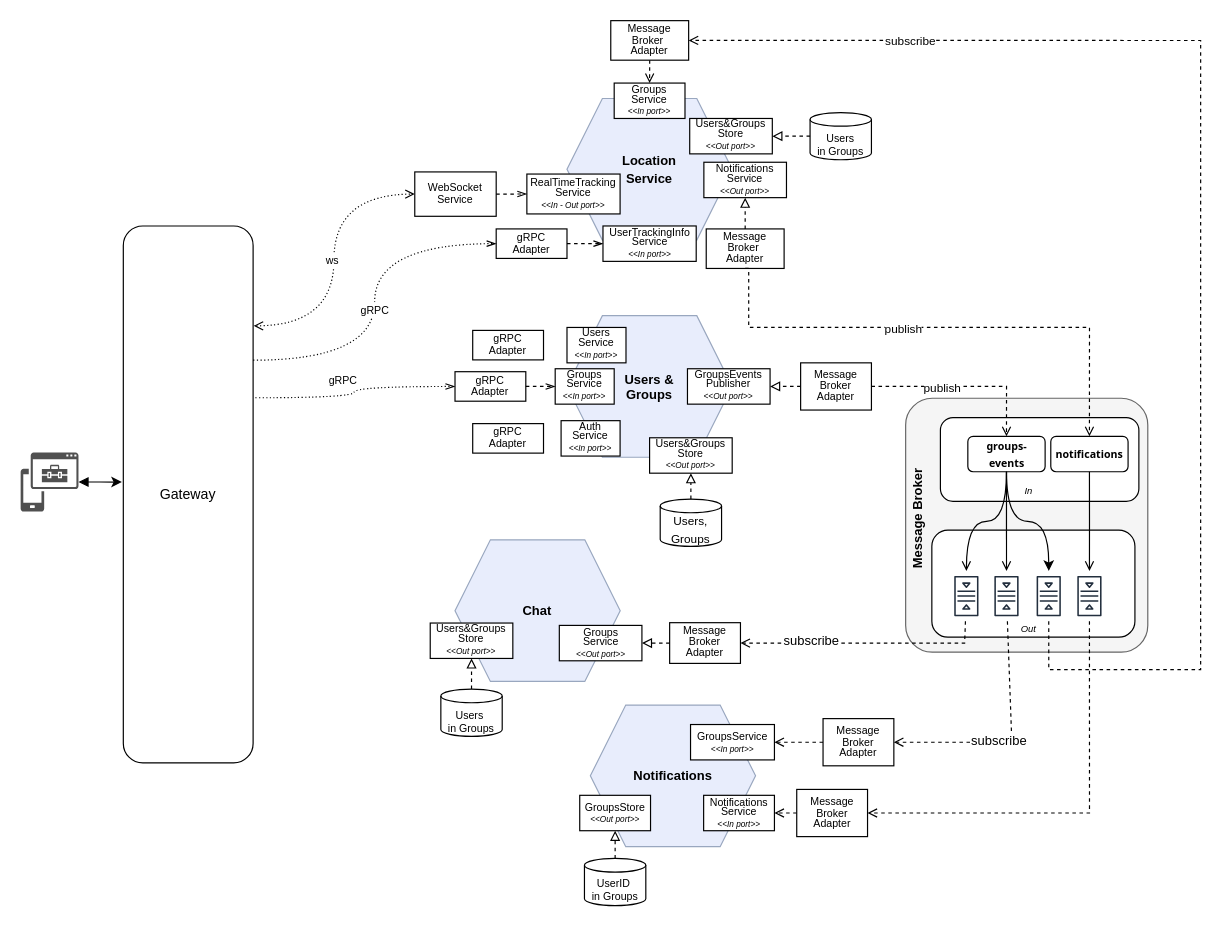
Before: page "NEW ARCHITECTURE" (1 of 7) of content/schemas/architecture.drawio in position-pal/Documentation, a draw.io diagram. Source tidied: cells renumbered, new cells numbered last; positions are measured from the earlier drawing's top-left corner, leaving out a move shared by most shapes. Both pictures are drawn from the tidied source at 118%, with x=0, y=0 at pixel (20, 20).
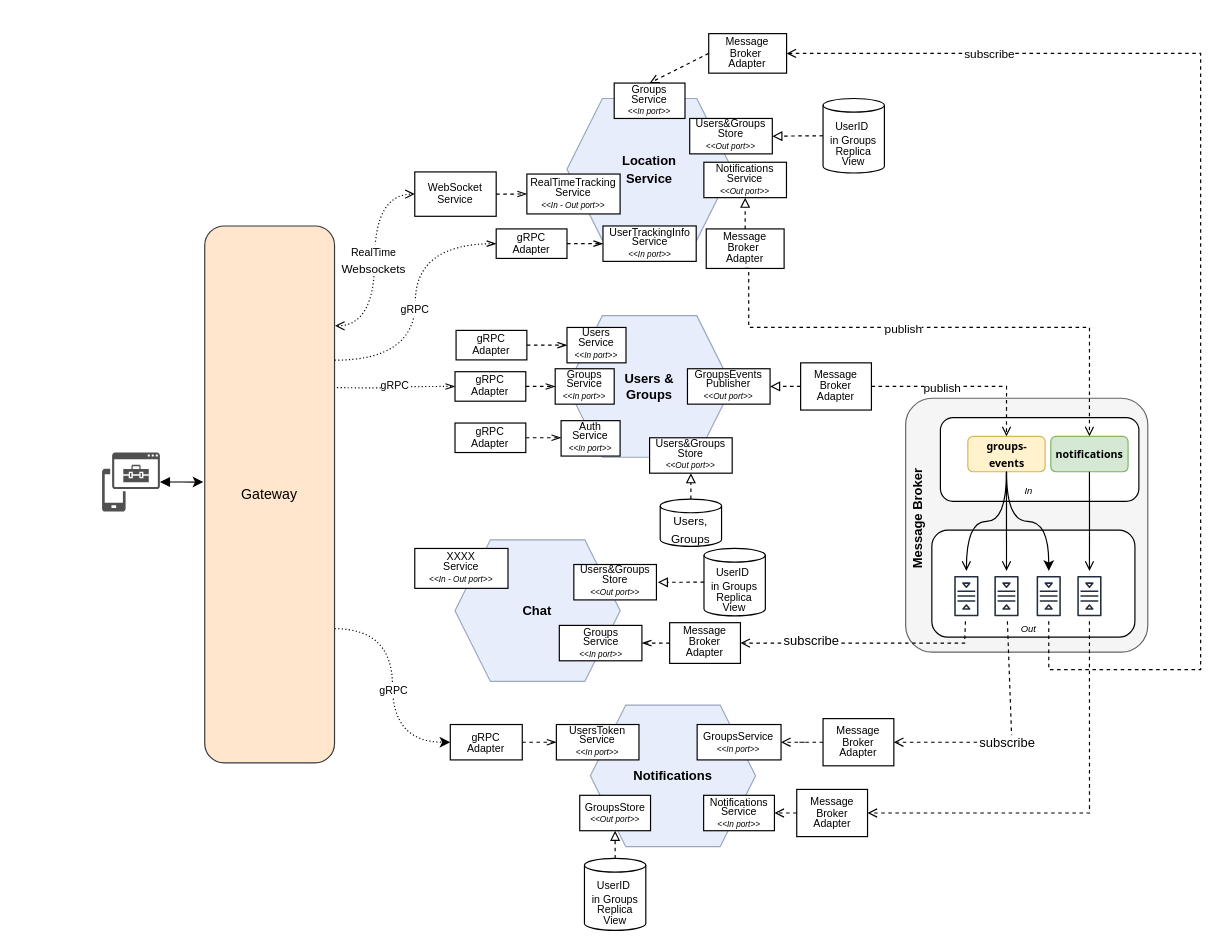
The same page after the edit.

The change refers to these unchanged cells:
```xml
<mxCell id="4" style="edgeStyle=orthogonalEdgeStyle;rounded=0;jettySize=auto;html=1;exitX=1.004;exitY=0.186;exitDx=0;exitDy=0;entryX=0;entryY=0.5;entryDx=0;entryDy=0;dashed=1;endArrow=open;endFill=0;curved=1;dashPattern=1 2;startArrow=open;startFill=0;exitPerimeter=0;" parent="1" edge="1" source="6" target="24">
  <mxGeometry relative="1" as="geometry" />
</mxCell>
<mxCell id="26" value="&lt;div style=&quot;line-height: 110%; font-size: 9px;&quot;&gt;gRPC&lt;/div&gt;&lt;div style=&quot;line-height: 110%; font-size: 9px;&quot;&gt;Adapter&lt;/div&gt;" style="rounded=0;whiteSpace=wrap;html=1;align=center;" parent="1" vertex="1">
  <mxGeometry x="368.1" y="297.5" width="60" height="25" as="geometry" />
</mxCell>
<mxCell id="33" value="&lt;div style=&quot;line-height: 110%; font-size: 9px;&quot;&gt;Message&lt;/div&gt;&lt;div style=&quot;line-height: 110%; font-size: 9px;&quot;&gt;Broker&lt;/div&gt;&lt;div style=&quot;line-height: 110%; font-size: 9px;&quot;&gt;Adapter&lt;/div&gt;" style="rounded=0;whiteSpace=wrap;html=1;align=center;" parent="1" vertex="1">
  <mxGeometry x="550" y="510.2" width="60" height="34.5" as="geometry" />
</mxCell>
<mxCell id="45" value="&lt;div style=&quot;line-height: 90%; font-size: 9px;&quot;&gt;Groups&lt;/div&gt;&lt;div style=&quot;line-height: 90%; font-size: 9px;&quot;&gt;Service&lt;/div&gt;&lt;div style=&quot;line-height: 90%; font-size: 9px;&quot;&gt;&lt;i style=&quot;background-color: initial; font-size: 12px;&quot;&gt;&lt;font style=&quot;font-size: 7px;&quot;&gt;&amp;lt;&amp;lt;In port&amp;gt;&amp;gt;&lt;/font&gt;&lt;/i&gt;&lt;/div&gt;" style="rounded=0;whiteSpace=wrap;html=1;align=center;" parent="1" vertex="1">
  <mxGeometry x="503" y="52.9" width="60" height="30" as="geometry" />
</mxCell>
<mxCell id="49" style="group;" parent="48" vertex="1">
  <mxGeometry x="40" y="95.2" width="205.2" height="215.2" as="geometry" />
</mxCell>
<mxCell id="63" style="sketch=0;outlineConnect=0;fontColor=#232F3E;gradientColor=none;strokeColor=#232F3E;fillColor=#ffffff;dashed=0;verticalLabelPosition=bottom;verticalAlign=top;align=center;html=1;fontSize=12;fontStyle=0;shape=mxgraph.aws4.resourceIcon;resIcon=mxgraph.aws4.queue;rotation=-90;" parent="49" vertex="1">
  <mxGeometry x="99.9" y="146.3" width="42.7" height="42.7" as="geometry" />
</mxCell>
<mxCell id="79" value="&lt;div style=&quot;line-height: 90%; font-size: 9px;&quot;&gt;&lt;span style=&quot;background-color: initial;&quot;&gt;Auth&lt;/span&gt;&lt;/div&gt;&lt;div style=&quot;line-height: 90%; font-size: 9px;&quot;&gt;&lt;span style=&quot;background-color: initial;&quot;&gt;Service&lt;/span&gt;&lt;/div&gt;&lt;div style=&quot;line-height: 90%;&quot;&gt;&lt;i style=&quot;&quot;&gt;&lt;font style=&quot;font-size: 7px;&quot;&gt;&amp;lt;&amp;lt;In port&amp;gt;&amp;gt;&lt;/font&gt;&lt;/i&gt;&lt;/div&gt;" style="rounded=0;whiteSpace=wrap;html=1;align=center;" parent="1" vertex="1">
  <mxGeometry x="458" y="339" width="50" height="30" as="geometry" />
</mxCell>
<mxCell id="80" value="&lt;div style=&quot;line-height: 90%; font-size: 9px;&quot;&gt;&lt;span style=&quot;background-color: initial;&quot;&gt;Users&lt;/span&gt;&lt;/div&gt;&lt;div style=&quot;line-height: 90%; font-size: 9px;&quot;&gt;&lt;span style=&quot;background-color: initial;&quot;&gt;Service&lt;/span&gt;&lt;/div&gt;&lt;div style=&quot;line-height: 90%;&quot;&gt;&lt;i style=&quot;&quot;&gt;&lt;font style=&quot;font-size: 7px;&quot;&gt;&amp;lt;&amp;lt;In port&amp;gt;&amp;gt;&lt;/font&gt;&lt;/i&gt;&lt;/div&gt;" style="rounded=0;whiteSpace=wrap;html=1;align=center;" parent="1" vertex="1">
  <mxGeometry x="463" y="260" width="50" height="30" as="geometry" />
</mxCell>
<mxCell id="85" style="edgeStyle=orthogonalEdgeStyle;rounded=0;jettySize=auto;html=1;entryX=1;entryY=0.5;entryDx=0;entryDy=0;dashed=1;endArrow=open;endFill=0;" parent="1" edge="1" source="54" target="84">
  <mxGeometry relative="1" as="geometry">
    <Array as="points">
      <mxPoint x="840" y="611" />
    </Array>
  </mxGeometry>
</mxCell>
```

The edit, as a diff of the source:
```diff
@@
-    <mxCell id="2" style="rounded=0;jettySize=auto;html=1;entryX=0;entryY=0.5;entryDx=0;entryDy=0;exitX=1.017;exitY=0.32;exitDx=0;exitDy=0;exitPerimeter=0;dashed=1;dashPattern=1 2;endArrow=openThin;endFill=0;edgeStyle=orthogonalEdgeStyle;curved=1;" parent="1" edge="1" source="6" target="26">
-      <mxGeometry relative="1" as="geometry" />
+    <mxCell id="2" style="rounded=0;jettySize=auto;html=1;entryX=0;entryY=0.5;entryDx=0;entryDy=0;dashed=1;dashPattern=1 2;endArrow=openThin;endFill=0;edgeStyle=orthogonalEdgeStyle;curved=1;" parent="1" edge="1" target="26">
+      <mxGeometry relative="1" as="geometry">
+        <mxPoint x="268" y="311" as="sourcePoint" />
+      </mxGeometry>
     </mxCell>
     <mxCell id="3" value="&lt;font style=&quot;font-size: 9px;&quot;&gt;gRPC&lt;/font&gt;" style="edgeLabel;html=1;align=center;verticalAlign=middle;" parent="2" vertex="1">
       <mxGeometry x="-0.17" y="-3" relative="1" as="geometry">
-        <mxPoint y="-19" as="offset" />
+        <mxPoint x="7" y="-6" as="offset" />
       </mxGeometry>
     </mxCell>
@@
-    <mxCell id="5" value="&lt;font style=&quot;font-size: 9px;&quot;&gt;ws&lt;/font&gt;" style="edgeLabel;html=1;align=center;verticalAlign=middle;" parent="4" vertex="1">
+    <mxCell id="5" value="&lt;font style=&quot;font-size: 9px;&quot;&gt;RealTime&lt;/font&gt;&lt;div&gt;&lt;font size=&quot;1&quot;&gt;Websockets&lt;/font&gt;&lt;/div&gt;" style="edgeLabel;html=1;align=center;verticalAlign=middle;" parent="4" vertex="1">
       <mxGeometry y="2" relative="1" as="geometry" />
     </mxCell>
+    <mxCell id="89" style="edgeStyle=orthogonalEdgeStyle;rounded=0;jettySize=auto;html=1;exitX=1;exitY=0.75;exitDx=0;exitDy=0;entryX=0;entryY=0.5;entryDx=0;entryDy=0;dashed=1;dashPattern=1 2;curved=1;" parent="1" edge="1" source="6" target="96">
+      <mxGeometry relative="1" as="geometry" />
+    </mxCell>
+    <mxCell id="90" value="&lt;font style=&quot;font-size: 9px;&quot;&gt;gRPC&lt;/font&gt;" style="edgeLabel;html=1;align=center;verticalAlign=middle;" parent="89" vertex="1">
+      <mxGeometry x="0.03" relative="1" as="geometry" />
+    </mxCell>
-    <mxCell id="6" value="Gateway" style="rounded=1;whiteSpace=wrap;html=1;" parent="1" vertex="1">
-      <mxGeometry x="87" y="174" width="110" height="455" as="geometry" />
+    <mxCell id="6" value="Gateway" style="rounded=1;whiteSpace=wrap;html=1;fillColor=#FFE6CC;strokeColor=#36393d;" parent="1" vertex="1">
+      <mxGeometry x="156" y="174" width="110" height="455" as="geometry" />
     </mxCell>
@@
-    <mxCell id="15" value="&lt;font style=&quot;font-size: 9px;&quot;&gt;UserID&amp;nbsp;&lt;/font&gt;&lt;div style=&quot;line-height: 70%;&quot;&gt;&lt;font style=&quot;font-size: 9px;&quot;&gt;in&amp;nbsp;&lt;/font&gt;&lt;span style=&quot;font-size: 9px; background-color: initial;&quot;&gt;Groups&lt;/span&gt;&lt;/div&gt;" style="shape=cylinder3;whiteSpace=wrap;html=1;boundedLbl=1;backgroundOutline=1;size=5.774193548387103;" parent="1" vertex="1">
-      <mxGeometry x="477.8" y="710" width="52" height="40" as="geometry" />
+    <mxCell id="15" value="&lt;font style=&quot;font-size: 9px;&quot;&gt;UserID&amp;nbsp;&lt;/font&gt;&lt;div style=&quot;line-height: 70%;&quot;&gt;&lt;font style=&quot;font-size: 9px;&quot;&gt;in&amp;nbsp;&lt;/font&gt;&lt;span style=&quot;font-size: 9px; background-color: initial;&quot;&gt;Groups&lt;/span&gt;&lt;/div&gt;&lt;div style=&quot;line-height: 70%;&quot;&gt;&lt;span style=&quot;font-size: 9px; background-color: initial;&quot;&gt;Replica&lt;/span&gt;&lt;/div&gt;&lt;div style=&quot;line-height: 70%;&quot;&gt;&lt;span style=&quot;font-size: 9px; background-color: initial;&quot;&gt;View&lt;/span&gt;&lt;/div&gt;" style="shape=cylinder3;whiteSpace=wrap;html=1;boundedLbl=1;backgroundOutline=1;size=5.774193548387103;" parent="1" vertex="1">
+      <mxGeometry x="477.8" y="710" width="52" height="61" as="geometry" />
     </mxCell>
@@
-    <mxCell id="32" value="&lt;div style=&quot;line-height: 90%; font-size: 9px;&quot;&gt;Groups&lt;/div&gt;&lt;div style=&quot;line-height: 90%; font-size: 9px;&quot;&gt;Service&lt;/div&gt;&lt;div style=&quot;line-height: 90%; font-size: 9px;&quot;&gt;&lt;i style=&quot;background-color: initial; font-size: 12px;&quot;&gt;&lt;font style=&quot;font-size: 7px;&quot;&gt;&amp;lt;&amp;lt;Out port&amp;gt;&amp;gt;&lt;/font&gt;&lt;/i&gt;&lt;/div&gt;" style="rounded=0;whiteSpace=wrap;html=1;align=center;" parent="1" vertex="1">
+    <mxCell id="32" value="&lt;div style=&quot;line-height: 90%; font-size: 9px;&quot;&gt;Groups&lt;/div&gt;&lt;div style=&quot;line-height: 90%; font-size: 9px;&quot;&gt;Service&lt;/div&gt;&lt;div style=&quot;line-height: 90%; font-size: 9px;&quot;&gt;&lt;i style=&quot;background-color: initial; font-size: 12px;&quot;&gt;&lt;font style=&quot;font-size: 7px;&quot;&gt;&amp;lt;&amp;lt;In port&amp;gt;&amp;gt;&lt;/font&gt;&lt;/i&gt;&lt;/div&gt;" style="rounded=0;whiteSpace=wrap;html=1;align=center;" parent="1" vertex="1">
       <mxGeometry x="456.5" y="512.5" width="70" height="30" as="geometry" />
     </mxCell>
@@
-    <mxCell id="34" style="rounded=0;jettySize=auto;html=1;endArrow=block;endFill=0;exitX=0;exitY=0.5;exitDx=0;exitDy=0;dashed=1;entryX=1;entryY=0.5;entryDx=0;entryDy=0;" parent="1" edge="1" source="33" target="32">
+    <mxCell id="34" style="rounded=0;jettySize=auto;html=1;endArrow=openThin;endFill=0;exitX=0;exitY=0.5;exitDx=0;exitDy=0;dashed=1;entryX=1;entryY=0.5;entryDx=0;entryDy=0;" parent="1" edge="1" source="33" target="32">
       <mxGeometry relative="1" as="geometry" />
     </mxCell>
     <mxCell id="35" style="sketch=0;shadow=0;dashed=0;html=1;strokeColor=none;labelPosition=center;verticalLabelPosition=bottom;verticalAlign=top;align=center;fillColor=#505050;shape=mxgraph.mscae.intune.intune_mobile_application_management;" parent="1" vertex="1">
-      <mxGeometry y="366" width="49" height="50" as="geometry" />
+      <mxGeometry x="69" y="366" width="49" height="50" as="geometry" />
     </mxCell>
@@
-    <mxCell id="39" value="&lt;font style=&quot;font-size: 9px;&quot;&gt;Users&lt;/font&gt;&lt;div style=&quot;line-height: 70%;&quot;&gt;&lt;font style=&quot;font-size: 9px;&quot;&gt;in&amp;nbsp;&lt;/font&gt;&lt;span style=&quot;font-size: 9px; background-color: initial;&quot;&gt;Groups&lt;/span&gt;&lt;/div&gt;" style="shape=cylinder3;whiteSpace=wrap;html=1;boundedLbl=1;backgroundOutline=1;size=5.774193548387103;" parent="1" vertex="1">
-      <mxGeometry x="669" y="77.9" width="52" height="40" as="geometry" />
+    <mxCell id="39" value="&lt;font style=&quot;font-size: 9px;&quot;&gt;UserID&amp;nbsp;&lt;/font&gt;&lt;div style=&quot;line-height: 8.4px;&quot;&gt;&lt;font style=&quot;font-size: 9px;&quot;&gt;in&amp;nbsp;&lt;/font&gt;&lt;span style=&quot;font-size: 9px; background-color: initial;&quot;&gt;Groups&lt;/span&gt;&lt;/div&gt;&lt;div style=&quot;line-height: 8.4px;&quot;&gt;&lt;span style=&quot;font-size: 9px; background-color: initial;&quot;&gt;Replica&lt;/span&gt;&lt;/div&gt;&lt;div style=&quot;line-height: 8.4px;&quot;&gt;&lt;span style=&quot;font-size: 9px; background-color: initial;&quot;&gt;View&lt;/span&gt;&lt;/div&gt;" style="shape=cylinder3;whiteSpace=wrap;html=1;boundedLbl=1;backgroundOutline=1;size=5.774193548387103;" parent="1" vertex="1">
+      <mxGeometry x="680" y="66" width="52" height="63.1" as="geometry" />
     </mxCell>
@@
-    <mxCell id="41" value="&lt;font style=&quot;font-size: 9px;&quot;&gt;Users&amp;nbsp;&lt;/font&gt;&lt;div style=&quot;line-height: 70%;&quot;&gt;&lt;font style=&quot;font-size: 9px;&quot;&gt;in&amp;nbsp;&lt;/font&gt;&lt;span style=&quot;font-size: 9px; background-color: initial;&quot;&gt;Groups&lt;/span&gt;&lt;/div&gt;" style="shape=cylinder3;whiteSpace=wrap;html=1;boundedLbl=1;backgroundOutline=1;size=5.774193548387103;" parent="1" vertex="1">
-      <mxGeometry x="356.1" y="566.5" width="52" height="40" as="geometry" />
+    <mxCell id="41" value="&lt;font style=&quot;font-size: 9px;&quot;&gt;UserID&amp;nbsp;&lt;/font&gt;&lt;div style=&quot;line-height: 8.4px;&quot;&gt;&lt;font style=&quot;font-size: 9px;&quot;&gt;in&amp;nbsp;&lt;/font&gt;&lt;span style=&quot;font-size: 9px; background-color: initial;&quot;&gt;Groups&lt;/span&gt;&lt;/div&gt;&lt;div style=&quot;line-height: 8.4px;&quot;&gt;&lt;span style=&quot;font-size: 9px; background-color: initial;&quot;&gt;Replica&lt;/span&gt;&lt;/div&gt;&lt;div style=&quot;line-height: 8.4px;&quot;&gt;&lt;span style=&quot;font-size: 9px; background-color: initial;&quot;&gt;View&lt;/span&gt;&lt;/div&gt;" style="shape=cylinder3;whiteSpace=wrap;html=1;boundedLbl=1;backgroundOutline=1;size=5.774193548387103;" parent="1" vertex="1">
+      <mxGeometry x="579.1" y="447.3" width="52" height="57.1" as="geometry" />
     </mxCell>
     <mxCell id="42" value="&lt;div style=&quot;line-height: 90%; font-size: 9px;&quot;&gt;Users&amp;amp;Groups&lt;/div&gt;&lt;div style=&quot;line-height: 90%; font-size: 9px;&quot;&gt;Store&lt;/div&gt;&lt;div style=&quot;line-height: 90%;&quot;&gt;&lt;i style=&quot;&quot;&gt;&lt;font style=&quot;font-size: 7px;&quot;&gt;&amp;lt;&amp;lt;Out port&amp;gt;&amp;gt;&lt;/font&gt;&lt;/i&gt;&lt;/div&gt;" style="rounded=0;whiteSpace=wrap;html=1;align=center;" parent="1" vertex="1">
-      <mxGeometry x="347.1" y="510.5" width="70" height="30" as="geometry" />
+      <mxGeometry x="468.8" y="460.9" width="70" height="30" as="geometry" />
     </mxCell>
@@
     <mxCell id="44" value="&lt;div style=&quot;line-height: 90%; font-size: 9px;&quot;&gt;GroupsService&lt;/div&gt;&lt;div style=&quot;line-height: 90%; font-size: 9px;&quot;&gt;&lt;i style=&quot;background-color: initial; font-size: 12px;&quot;&gt;&lt;font style=&quot;font-size: 7px;&quot;&gt;&amp;lt;&amp;lt;In port&amp;gt;&amp;gt;&lt;/font&gt;&lt;/i&gt;&lt;/div&gt;" style="rounded=0;whiteSpace=wrap;html=1;align=center;" parent="1" vertex="1">
-      <mxGeometry x="567.7" y="596.5" width="71.1" height="30" as="geometry" />
+      <mxGeometry x="573.3" y="596.5" width="71.1" height="30" as="geometry" />
     </mxCell>
@@
-    <mxCell id="46" style="rounded=0;jettySize=auto;html=1;exitX=0.5;exitY=0;exitDx=0;exitDy=0;dashed=1;endArrow=block;endFill=0;exitPerimeter=0;entryX=0.5;entryY=1;entryDx=0;entryDy=0;" parent="1" edge="1" source="41" target="42">
-      <mxGeometry relative="1" as="geometry" />
+    <mxCell id="46" style="rounded=0;jettySize=auto;html=1;exitX=0;exitY=0.5;exitDx=0;exitDy=0;dashed=1;endArrow=block;endFill=0;exitPerimeter=0;" parent="1" edge="1" source="41">
+      <mxGeometry relative="1" as="geometry">
+        <mxPoint x="540" y="476" as="targetPoint" />
+      </mxGeometry>
     </mxCell>
@@
-    <mxCell id="58" value="&lt;font size=&quot;1&quot; face=&quot;Tahoma&quot; style=&quot;&quot;&gt;&lt;b style=&quot;font-size: 9px;&quot;&gt;notifications&lt;/b&gt;&lt;/font&gt;" style="rounded=1;whiteSpace=wrap;html=1;rotation=0;" parent="49" vertex="1">
+    <mxCell id="58" value="&lt;font size=&quot;1&quot; face=&quot;Tahoma&quot; style=&quot;&quot;&gt;&lt;b style=&quot;font-size: 9px;&quot;&gt;notifications&lt;/b&gt;&lt;/font&gt;" style="rounded=1;whiteSpace=wrap;html=1;rotation=0;fillColor=#d5e8d4;strokeColor=#82b366;" parent="49" vertex="1">
       <mxGeometry x="123" y="32.3" width="65.5" height="30" as="geometry" />
     </mxCell>
@@
-    <mxCell id="60" value="&lt;font size=&quot;1&quot; face=&quot;Tahoma&quot; style=&quot;&quot;&gt;&lt;b style=&quot;font-size: 9px;&quot;&gt;groups-events&lt;/b&gt;&lt;/font&gt;" style="rounded=1;whiteSpace=wrap;html=1;rotation=0;" parent="49" vertex="1">
+    <mxCell id="60" value="&lt;font size=&quot;1&quot; face=&quot;Tahoma&quot; style=&quot;&quot;&gt;&lt;b style=&quot;font-size: 9px;&quot;&gt;groups-events&lt;/b&gt;&lt;/font&gt;" style="rounded=1;whiteSpace=wrap;html=1;rotation=0;fillColor=#fff2cc;strokeColor=#d6b656;" parent="49" vertex="1">
       <mxGeometry x="52.7" y="32.3" width="65.5" height="30" as="geometry" />
     </mxCell>
@@
-    <mxCell id="72" style="edgeStyle=orthogonalEdgeStyle;rounded=0;jettySize=auto;html=1;exitX=0.5;exitY=1;exitDx=0;exitDy=0;entryX=0.5;entryY=0;entryDx=0;entryDy=0;endArrow=open;endFill=0;strokeColor=default;dashed=1;" parent="1" edge="1" source="73" target="45">
+    <mxCell id="72" style="rounded=0;jettySize=auto;html=1;exitX=0;exitY=0.5;exitDx=0;exitDy=0;entryX=0.5;entryY=0;entryDx=0;entryDy=0;endArrow=open;endFill=0;strokeColor=default;dashed=1;" parent="1" edge="1" source="73" target="45">
       <mxGeometry relative="1" as="geometry" />
     </mxCell>
     <mxCell id="73" value="&lt;div style=&quot;line-height: 110%; font-size: 9px;&quot;&gt;Message&lt;/div&gt;&lt;div style=&quot;line-height: 110%; font-size: 9px;&quot;&gt;Broker&amp;nbsp;&lt;/div&gt;&lt;div style=&quot;line-height: 110%; font-size: 9px;&quot;&gt;Adapter&lt;/div&gt;" style="rounded=0;whiteSpace=wrap;html=1;align=center;" parent="1" vertex="1">
-      <mxGeometry x="500.1" width="66" height="33.5" as="geometry" />
+      <mxGeometry x="583.1" y="11" width="66" height="33.5" as="geometry" />
     </mxCell>
     <mxCell id="74" style="edgeStyle=orthogonalEdgeStyle;rounded=0;jettySize=auto;html=1;entryX=1;entryY=0.5;entryDx=0;entryDy=0;startArrow=none;startFill=0;dashed=1;endArrow=open;endFill=0;" parent="1" edge="1" source="63" target="73">
       <mxGeometry relative="1" as="geometry">
         <Array as="points">
           <mxPoint x="871" y="550" />
           <mxPoint x="1000" y="550" />
-          <mxPoint x="1000" y="17" />
+          <mxPoint x="1000" y="28" />
         </Array>
       </mxGeometry>
     </mxCell>
@@
+    <mxCell id="91" style="edgeStyle=orthogonalEdgeStyle;rounded=0;jettySize=auto;html=1;exitX=1;exitY=0.5;exitDx=0;exitDy=0;entryX=0;entryY=0.5;entryDx=0;entryDy=0;dashed=1;endArrow=openThin;endFill=0;" parent="1" edge="1" source="81" target="80">
+      <mxGeometry relative="1" as="geometry" />
+    </mxCell>
     <mxCell id="81" value="&lt;div style=&quot;line-height: 110%; font-size: 9px;&quot;&gt;gRPC&lt;/div&gt;&lt;div style=&quot;line-height: 110%; font-size: 9px;&quot;&gt;Adapter&lt;/div&gt;" style="rounded=0;whiteSpace=wrap;html=1;align=center;" parent="1" vertex="1">
-      <mxGeometry x="383.1" y="262.5" width="60" height="25" as="geometry" />
+      <mxGeometry x="369" y="262.5" width="60" height="25" as="geometry" />
     </mxCell>
+    <mxCell id="92" style="edgeStyle=orthogonalEdgeStyle;rounded=0;jettySize=auto;html=1;exitX=1;exitY=0.5;exitDx=0;exitDy=0;entryX=0;entryY=0.5;entryDx=0;entryDy=0;endArrow=openThin;endFill=0;dashed=1;" parent="1" edge="1" source="82" target="79">
+      <mxGeometry relative="1" as="geometry" />
+    </mxCell>
     <mxCell id="82" value="&lt;div style=&quot;line-height: 110%; font-size: 9px;&quot;&gt;gRPC&lt;/div&gt;&lt;div style=&quot;line-height: 110%; font-size: 9px;&quot;&gt;Adapter&lt;/div&gt;" style="rounded=0;whiteSpace=wrap;html=1;align=center;" parent="1" vertex="1">
-      <mxGeometry x="383.1" y="341.5" width="60" height="25" as="geometry" />
+      <mxGeometry x="368.1" y="341" width="60" height="25" as="geometry" />
     </mxCell>
@@
     <mxCell id="86" value="subscribe" style="edgeLabel;html=1;align=center;verticalAlign=middle;" parent="85" vertex="1">
       <mxGeometry x="0.33" y="1" relative="1" as="geometry">
-        <mxPoint x="21" y="-3" as="offset" />
+        <mxPoint x="28" y="-1" as="offset" />
       </mxGeometry>
     </mxCell>
@@
+    <mxCell id="93" value="&lt;div style=&quot;line-height: 90%; font-size: 9px;&quot;&gt;&lt;span style=&quot;background-color: initial;&quot;&gt;UsersToken&lt;/span&gt;&lt;/div&gt;&lt;div style=&quot;line-height: 90%; font-size: 9px;&quot;&gt;&lt;span style=&quot;background-color: initial;&quot;&gt;Service&lt;/span&gt;&lt;br&gt;&lt;/div&gt;&lt;div style=&quot;line-height: 90%;&quot;&gt;&lt;i style=&quot;&quot;&gt;&lt;font style=&quot;font-size: 7px;&quot;&gt;&amp;lt;&amp;lt;In port&amp;gt;&amp;gt;&lt;/font&gt;&lt;/i&gt;&lt;/div&gt;" style="rounded=0;whiteSpace=wrap;html=1;align=center;" parent="1" vertex="1">
+      <mxGeometry x="454" y="596.5" width="70" height="30" as="geometry" />
+    </mxCell>
+    <mxCell id="94" value="&lt;div style=&quot;line-height: 90%; font-size: 9px;&quot;&gt;XXXX&lt;/div&gt;&lt;div style=&quot;line-height: 90%; font-size: 9px;&quot;&gt;Service&lt;/div&gt;&lt;div style=&quot;line-height: 90%; font-size: 9px;&quot;&gt;&lt;i style=&quot;background-color: initial; font-size: 12px;&quot;&gt;&lt;font style=&quot;font-size: 7px;&quot;&gt;&amp;lt;&amp;lt;In - Out port&amp;gt;&amp;gt;&lt;/font&gt;&lt;/i&gt;&lt;/div&gt;" style="rounded=0;whiteSpace=wrap;html=1;align=center;" parent="1" vertex="1">
+      <mxGeometry x="334" y="447.3" width="79" height="33.8" as="geometry" />
+    </mxCell>
+    <mxCell id="95" style="edgeStyle=orthogonalEdgeStyle;rounded=0;jettySize=auto;html=1;exitX=1;exitY=0.5;exitDx=0;exitDy=0;entryX=0;entryY=0.5;entryDx=0;entryDy=0;endArrow=openThin;endFill=0;dashed=1;" parent="1" edge="1" source="96" target="93">
+      <mxGeometry relative="1" as="geometry" />
+    </mxCell>
+    <mxCell id="96" value="&lt;div style=&quot;line-height: 90%; font-size: 9px;&quot;&gt;gRPC&lt;/div&gt;&lt;div style=&quot;line-height: 90%; font-size: 9px;&quot;&gt;Adapter&lt;/div&gt;" style="rounded=0;whiteSpace=wrap;html=1;align=center;" parent="1" vertex="1">
+      <mxGeometry x="364.1" y="596.5" width="61" height="30" as="geometry" />
+    </mxCell>
```
